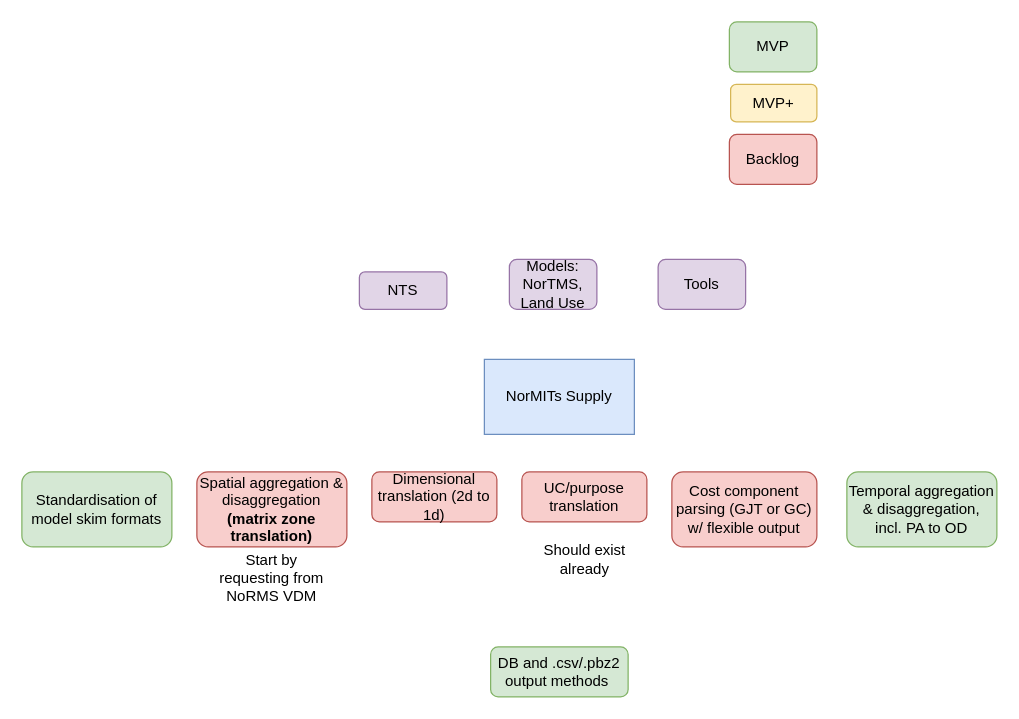
The draw.io diagram page "Functionality Summary" (2 of 3) of docs/op_models/NorMITs Supply/Stakeholder.drawio in Transport-for-the-North/NorMITs-Demand, before the edit. Source tidied: cells renumbered, new cells numbered last; positions are measured from the earlier drawing's top-left corner, leaving out a move shared by most shapes. Both pictures are drawn from the tidied source at 125%, with x=0, y=0 at pixel (21, 21).
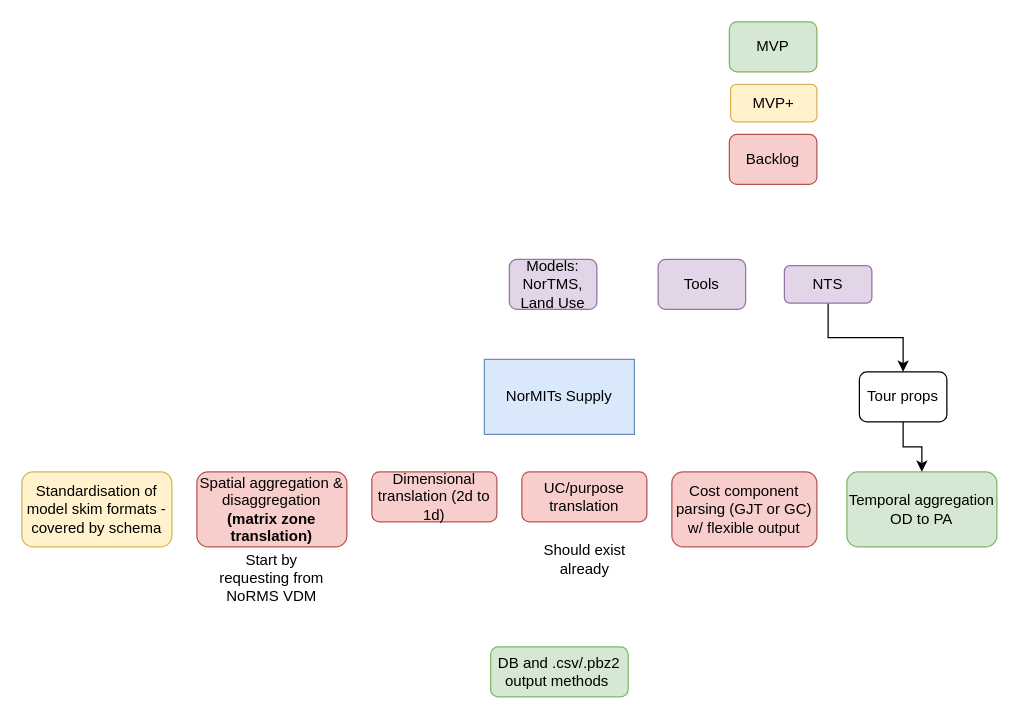
Above is the later version.

Change to the diagram source:
```diff
@@
+    <mxCell id="18" style="edgeStyle=orthogonalEdgeStyle;rounded=0;jettySize=auto;html=1;exitX=0.5;exitY=1;exitDx=0;exitDy=0;entryX=0.5;entryY=0;entryDx=0;entryDy=0;" parent="1" edge="1" source="6" target="20">
+      <mxGeometry relative="1" as="geometry" />
+    </mxCell>
     <mxCell id="6" value="NTS" style="rounded=1;whiteSpace=wrap;html=1;fillColor=#e1d5e7;strokeColor=#9673a6;" parent="1" vertex="1">
-      <mxGeometry x="270" y="200" width="70" height="30" as="geometry" />
+      <mxGeometry x="610" y="195" width="70" height="30" as="geometry" />
     </mxCell>
@@
-    <mxCell id="10" value="Temporal aggregation &amp;amp; disaggregation, incl. PA to OD" style="rounded=1;whiteSpace=wrap;html=1;fillColor=#d5e8d4;strokeColor=#82b366;" parent="1" vertex="1">
+    <mxCell id="10" value="Temporal aggregation OD to PA" style="rounded=1;whiteSpace=wrap;html=1;fillColor=#d5e8d4;strokeColor=#82b366;" parent="1" vertex="1">
       <mxGeometry x="660" y="360" width="120" height="60" as="geometry" />
     </mxCell>
-    <mxCell id="11" value="Standardisation of model skim formats" style="rounded=1;whiteSpace=wrap;html=1;fillColor=#d5e8d4;strokeColor=#82b366;" parent="1" vertex="1">
+    <mxCell id="11" value="Standardisation of model skim formats - covered by schema" style="rounded=1;whiteSpace=wrap;html=1;fillColor=#fff2cc;strokeColor=#d6b656;" parent="1" vertex="1">
       <mxGeometry y="360" width="120" height="60" as="geometry" />
     </mxCell>
@@
+    <mxCell id="19" style="edgeStyle=orthogonalEdgeStyle;rounded=0;jettySize=auto;html=1;exitX=0.5;exitY=1;exitDx=0;exitDy=0;entryX=0.5;entryY=0;entryDx=0;entryDy=0;" parent="1" edge="1" source="20" target="10">
+      <mxGeometry relative="1" as="geometry" />
+    </mxCell>
+    <mxCell id="20" value="Tour props" style="rounded=1;whiteSpace=wrap;html=1;" parent="1" vertex="1">
+      <mxGeometry x="670" y="280" width="70" height="40" as="geometry" />
+    </mxCell>
```
